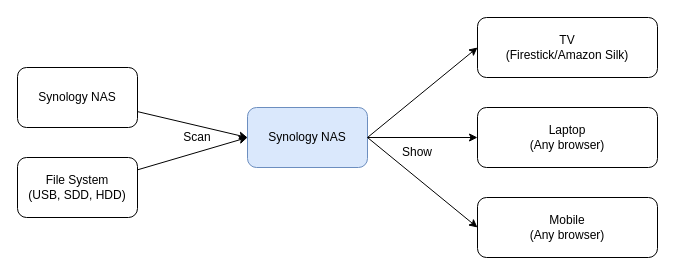
Before: page "Page-1" (1 of 2) of graphics/EyedeeaPhotos.drawio in eyedia/EyedeeaPhotos, a draw.io diagram. Source tidied: cells renumbered, new cells numbered last; positions are measured from the earlier drawing's top-left corner, leaving out a move shared by most shapes. Both pictures are drawn from the tidied source at 100%, with x=0, y=0 at pixel (17, 17).
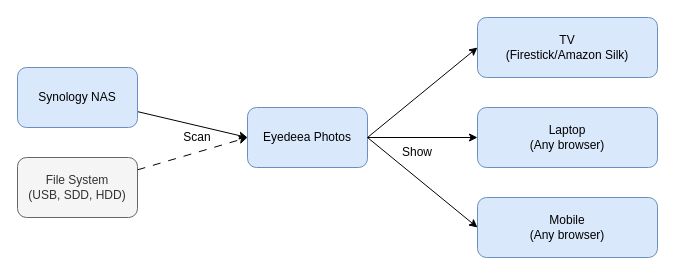
The same page after the edit.

Diff of the diagram source:
```diff
@@
 <mxGraphModel>
   <root>
     <mxCell id="0" />
     <mxCell id="1" parent="0" />
     <mxCell id="2" style="rounded=0;jettySize=auto;html=1;entryX=0;entryY=0.5;entryDx=0;entryDy=0;" parent="1" edge="1" source="3" target="10">
       <mxGeometry relative="1" as="geometry" />
     </mxCell>
-    <mxCell id="3" value="Synology NAS" style="rounded=1;whiteSpace=wrap;html=1;" parent="1" vertex="1">
+    <mxCell id="3" value="Synology NAS" style="rounded=1;whiteSpace=wrap;html=1;fillColor=#dae8fc;strokeColor=#6c8ebf;" parent="1" vertex="1">
       <mxGeometry y="50" width="120" height="60" as="geometry" />
     </mxCell>
-    <mxCell id="4" style="rounded=0;jettySize=auto;html=1;entryX=0;entryY=0.5;entryDx=0;entryDy=0;" parent="1" edge="1" source="5" target="10">
+    <mxCell id="4" style="rounded=0;jettySize=auto;html=1;entryX=0;entryY=0.5;entryDx=0;entryDy=0;dashed=1;dashPattern=8 8;" parent="1" edge="1" source="5" target="10">
       <mxGeometry relative="1" as="geometry" />
     </mxCell>
-    <mxCell id="5" value="File System&lt;div&gt;(USB, SDD, HDD)&lt;/div&gt;" style="rounded=1;whiteSpace=wrap;html=1;" parent="1" vertex="1">
+    <mxCell id="5" value="File System&lt;div&gt;(USB, SDD, HDD)&lt;/div&gt;" style="rounded=1;whiteSpace=wrap;html=1;fillColor=#f5f5f5;fontColor=#333333;strokeColor=#666666;" parent="1" vertex="1">
       <mxGeometry y="140" width="120" height="60" as="geometry" />
     </mxCell>
-    <mxCell id="6" value="TV&lt;div&gt;(Firestick/Amazon Silk)&lt;/div&gt;" style="rounded=1;whiteSpace=wrap;html=1;" parent="1" vertex="1">
+    <mxCell id="6" value="TV&lt;div&gt;(Firestick/Amazon Silk)&lt;/div&gt;" style="rounded=1;whiteSpace=wrap;html=1;fillColor=#dae8fc;strokeColor=#6c8ebf;" parent="1" vertex="1">
       <mxGeometry x="460" width="180" height="60" as="geometry" />
     </mxCell>
-    <mxCell id="7" value="Laptop&lt;div&gt;(Any browser)&lt;/div&gt;" style="rounded=1;whiteSpace=wrap;html=1;" parent="1" vertex="1">
+    <mxCell id="7" value="Laptop&lt;div&gt;(Any browser)&lt;/div&gt;" style="rounded=1;whiteSpace=wrap;html=1;fillColor=#dae8fc;strokeColor=#6c8ebf;" parent="1" vertex="1">
       <mxGeometry x="460" y="90" width="180" height="60" as="geometry" />
     </mxCell>
-    <mxCell id="8" value="Mobile&lt;div&gt;(Any browser)&lt;/div&gt;" style="rounded=1;whiteSpace=wrap;html=1;" parent="1" vertex="1">
+    <mxCell id="8" value="Mobile&lt;div&gt;(Any browser)&lt;/div&gt;" style="rounded=1;whiteSpace=wrap;html=1;fillColor=#dae8fc;strokeColor=#6c8ebf;" parent="1" vertex="1">
       <mxGeometry x="460" y="180" width="180" height="60" as="geometry" />
     </mxCell>
     <mxCell id="9" style="rounded=0;jettySize=auto;html=1;entryX=0;entryY=0.5;entryDx=0;entryDy=0;exitX=1;exitY=0.5;exitDx=0;exitDy=0;" parent="1" edge="1" source="10" target="6">
       <mxGeometry relative="1" as="geometry" />
     </mxCell>
-    <mxCell id="10" value="Synology NAS" style="rounded=1;whiteSpace=wrap;html=1;fillColor=#dae8fc;strokeColor=#6c8ebf;" parent="1" vertex="1">
+    <mxCell id="10" value="Eyedeea Photos" style="rounded=1;whiteSpace=wrap;html=1;fillColor=#dae8fc;strokeColor=#6c8ebf;" parent="1" vertex="1">
       <mxGeometry x="230" y="90" width="120" height="60" as="geometry" />
     </mxCell>
     <mxCell id="11" style="rounded=0;jettySize=auto;html=1;entryX=0;entryY=0.5;entryDx=0;entryDy=0;exitX=1;exitY=0.5;exitDx=0;exitDy=0;" parent="1" edge="1" source="10" target="7">
       <mxGeometry relative="1" as="geometry" />
     </mxCell>
     <mxCell id="12" style="rounded=0;jettySize=auto;html=1;entryX=0;entryY=0.5;entryDx=0;entryDy=0;" parent="1" edge="1" target="8">
       <mxGeometry relative="1" as="geometry">
         <mxPoint x="350" y="120" as="sourcePoint" />
       </mxGeometry>
     </mxCell>
     <mxCell id="13" value="Scan" style="text;html=1;align=center;verticalAlign=middle;whiteSpace=wrap;rounded=0;" parent="1" vertex="1">
       <mxGeometry x="150" y="105" width="60" height="30" as="geometry" />
     </mxCell>
     <mxCell id="14" value="Show" style="text;html=1;align=center;verticalAlign=middle;whiteSpace=wrap;rounded=0;" parent="1" vertex="1">
       <mxGeometry x="370" y="120" width="60" height="30" as="geometry" />
     </mxCell>
   </root>
 </mxGraphModel>
```
